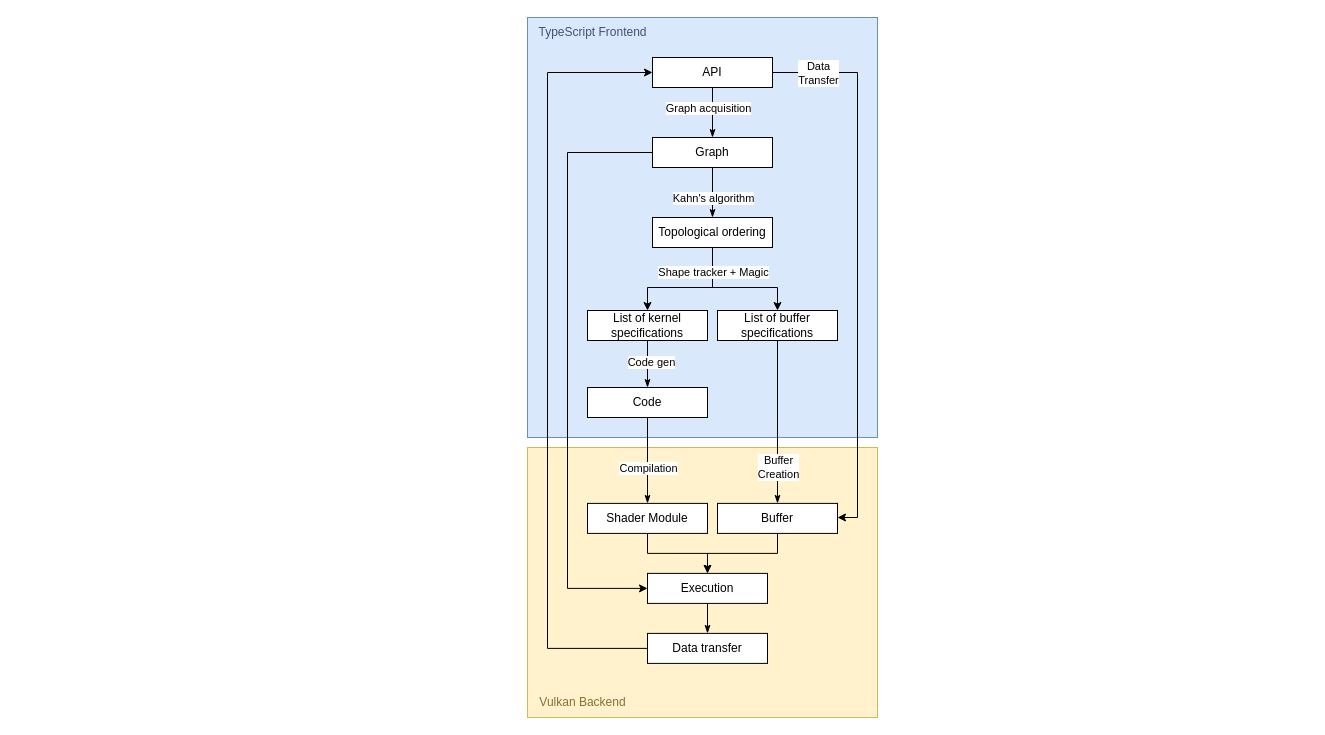
Earlier version of the draw.io diagram execution-diagram.drawio (KargJonas/vulkan-compute-experiments). Source tidied: cells renumbered, new cells numbered last; positions are measured from the earlier drawing's top-left corner, leaving out a move shared by most shapes. Both pictures are drawn from the tidied source at 100%, with x=0, y=0 at pixel (527, 17).
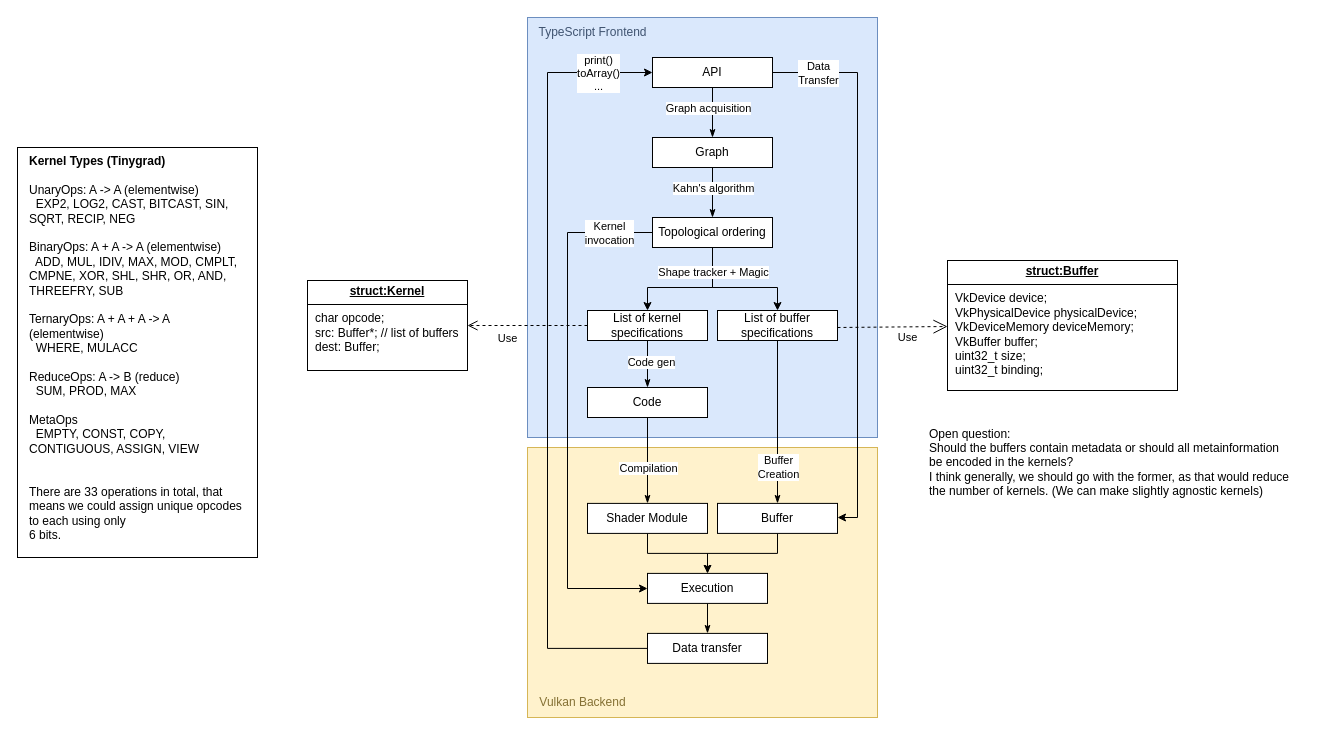
The same diagram, later.

Unchanged cells that the change refers to:
```xml
<mxCell id="9" style="edgeStyle=orthogonalEdgeStyle;rounded=0;jettySize=auto;html=1;endArrow=classicThin;endFill=1;" parent="1" edge="1" source="12" target="22">
  <mxGeometry relative="1" as="geometry" />
</mxCell>
<mxCell id="12" value="&lt;span style=&quot;font-weight: normal;&quot;&gt;Graph&lt;/span&gt;" style="rounded=0;whiteSpace=wrap;html=1;fontStyle=1;" parent="1" vertex="1">
  <mxGeometry x="125" y="120" width="120" height="30" as="geometry" />
</mxCell>
<mxCell id="15" value="&lt;span style=&quot;font-weight: normal;&quot;&gt;List of kernel&lt;/span&gt;&lt;div&gt;&lt;span style=&quot;font-weight: normal;&quot;&gt;specifications&lt;/span&gt;&lt;/div&gt;" style="rounded=0;whiteSpace=wrap;html=1;fontStyle=1;" parent="1" vertex="1">
  <mxGeometry x="60" y="293" width="120" height="30" as="geometry" />
</mxCell>
<mxCell id="22" value="&lt;span style=&quot;font-weight: normal;&quot;&gt;Topological ordering&lt;/span&gt;" style="rounded=0;whiteSpace=wrap;html=1;fontStyle=1;" parent="1" vertex="1">
  <mxGeometry x="125" y="200" width="120" height="30" as="geometry" />
</mxCell>
<mxCell id="31" value="&lt;span style=&quot;font-weight: 400;&quot;&gt;Execution&lt;/span&gt;" style="rounded=0;whiteSpace=wrap;html=1;fontStyle=1;" parent="1" vertex="1">
  <mxGeometry x="120" y="555.9" width="120" height="30" as="geometry" />
</mxCell>
<mxCell id="32" style="edgeStyle=orthogonalEdgeStyle;rounded=0;jettySize=auto;html=1;entryX=0;entryY=0.5;entryDx=0;entryDy=0;" parent="1" edge="1" source="33" target="8">
  <mxGeometry relative="1" as="geometry">
    <Array as="points">
      <mxPoint x="20" y="631" />
      <mxPoint x="20" y="55" />
    </Array>
  </mxGeometry>
</mxCell>
```

The edit, as a diff of the source:
```diff
@@
     <mxCell id="10" value="Kahn's algorithm" style="edgeLabel;html=1;align=center;verticalAlign=middle;" parent="9" vertex="1">
       <mxGeometry x="0.23" relative="1" as="geometry">
-        <mxPoint y="-1" as="offset" />
+        <mxPoint y="-11" as="offset" />
       </mxGeometry>
     </mxCell>
-    <mxCell id="11" style="edgeStyle=orthogonalEdgeStyle;rounded=0;jettySize=auto;html=1;entryX=0;entryY=0.5;entryDx=0;entryDy=0;" parent="1" edge="1" source="12" target="31">
-      <mxGeometry relative="1" as="geometry">
-        <Array as="points">
-          <mxPoint x="40" y="135" />
-          <mxPoint x="40" y="570" />
-          <mxPoint x="120" y="570" />
-        </Array>
-      </mxGeometry>
-    </mxCell>
@@
+    <mxCell id="36" style="edgeStyle=orthogonalEdgeStyle;rounded=0;jettySize=auto;html=1;" parent="1" edge="1" source="22" target="31">
+      <mxGeometry relative="1" as="geometry">
+        <Array as="points">
+          <mxPoint x="40" y="215" />
+          <mxPoint x="40" y="571" />
+        </Array>
+      </mxGeometry>
+    </mxCell>
+    <mxCell id="37" value="Kernel&lt;div&gt;invocation&lt;/div&gt;" style="edgeLabel;html=1;align=center;verticalAlign=middle;" parent="36" vertex="1">
+      <mxGeometry x="-0.83" y="5" relative="1" as="geometry">
+        <mxPoint y="-5" as="offset" />
+      </mxGeometry>
+    </mxCell>
@@
+    <mxCell id="38" value="print()&lt;div&gt;toArray()&lt;/div&gt;&lt;div&gt;...&lt;/div&gt;" style="edgeLabel;html=1;align=center;verticalAlign=middle;" parent="32" vertex="1">
+      <mxGeometry x="0.84" y="-3" relative="1" as="geometry">
+        <mxPoint x="8" y="-3" as="offset" />
+      </mxGeometry>
+    </mxCell>
@@
+    <mxCell id="39" value="&lt;p style=&quot;margin:0px;margin-top:4px;text-align:center;text-decoration:underline;&quot;&gt;&lt;b&gt;struct:Buffer&lt;/b&gt;&lt;/p&gt;&lt;hr size=&quot;1&quot; style=&quot;border-style:solid;&quot;&gt;&lt;p style=&quot;margin:0px;margin-left:8px;&quot;&gt;VkDevice device;&lt;/p&gt;&lt;p style=&quot;margin:0px;margin-left:8px;&quot;&gt;VkPhysicalDevice physicalDevice;&lt;/p&gt;&lt;p style=&quot;margin:0px;margin-left:8px;&quot;&gt;VkDeviceMemory deviceMemory;&lt;/p&gt;&lt;p style=&quot;margin:0px;margin-left:8px;&quot;&gt;VkBuffer buffer;&lt;/p&gt;&lt;p style=&quot;margin:0px;margin-left:8px;&quot;&gt;uint32_t size;&lt;/p&gt;&lt;p style=&quot;margin:0px;margin-left:8px;&quot;&gt;uint32_t binding;&lt;/p&gt;" style="verticalAlign=top;align=left;overflow=fill;html=1;whiteSpace=wrap;" parent="1" vertex="1">
+      <mxGeometry x="420" y="243" width="230" height="130" as="geometry" />
+    </mxCell>
+    <mxCell id="40" value="Use" style="endArrow=open;endSize=12;dashed=1;html=1;rounded=0;" parent="1" edge="1" target="39">
+      <mxGeometry x="0.27" y="-11" relative="1" as="geometry">
+        <mxPoint x="310" y="310" as="sourcePoint" />
+      </mxGeometry>
+    </mxCell>
+    <mxCell id="41" value="Open question:&lt;div&gt;Should the buffers contain metadata or should all metainformation&lt;/div&gt;&lt;div&gt;be encoded in the kernels?&lt;/div&gt;&lt;div&gt;I think generally, we should go with the former, as that would reduce&lt;/div&gt;&lt;div&gt;the number of kernels. (We can make slightly agnostic kernels)&lt;/div&gt;" style="text;html=1;align=left;verticalAlign=middle;strokeColor=none;fillColor=none;" parent="1" vertex="1">
+      <mxGeometry x="400" y="400" width="380" height="90" as="geometry" />
+    </mxCell>
+    <mxCell id="42" value="&lt;b&gt;Kernel Types (Tinygrad)&lt;/b&gt;&lt;div&gt;&lt;br&gt;&lt;/div&gt;&lt;div&gt;&lt;div&gt;UnaryOps: A -&amp;gt; A (elementwise)&lt;/div&gt;&lt;div&gt;&amp;nbsp; EXP2, LOG2, CAST, BITCAST, SIN, SQRT, RECIP, NEG&lt;/div&gt;&lt;div&gt;&amp;nbsp;&amp;nbsp;&lt;/div&gt;&lt;div&gt;BinaryOps: A + A -&amp;gt; A (elementwise)&lt;/div&gt;&lt;div&gt;&amp;nbsp; ADD, MUL, IDIV, MAX, MOD, CMPLT, CMPNE, XOR, SHL, SHR, OR, AND, THREEFRY, SUB&lt;/div&gt;&lt;div&gt;&amp;nbsp;&amp;nbsp;&lt;/div&gt;&lt;div&gt;TernaryOps: A + A + A -&amp;gt; A (elementwise)&lt;/div&gt;&lt;div&gt;&amp;nbsp; WHERE, MULACC&lt;/div&gt;&lt;div&gt;&amp;nbsp;&amp;nbsp;&lt;/div&gt;&lt;div&gt;ReduceOps: A -&amp;gt; B (reduce)&lt;/div&gt;&lt;div&gt;&amp;nbsp; SUM, PROD, MAX&lt;/div&gt;&lt;div&gt;&amp;nbsp;&amp;nbsp;&lt;/div&gt;&lt;div&gt;MetaOps&lt;/div&gt;&lt;div&gt;&amp;nbsp; EMPTY, CONST, COPY, CONTIGUOUS, ASSIGN, VIEW&lt;/div&gt;&lt;/div&gt;&lt;div&gt;&lt;br&gt;&lt;/div&gt;&lt;div&gt;&lt;br&gt;&lt;/div&gt;&lt;div&gt;There are 33 operations in total, that means we could assign unique opcodes to each using only&lt;/div&gt;&lt;div&gt;6 bits.&lt;/div&gt;&lt;div&gt;&lt;br&gt;&lt;/div&gt;&lt;div&gt;&lt;br&gt;&lt;/div&gt;" style="html=1;whiteSpace=wrap;align=left;spacingLeft=10;verticalAlign=top;spacingRight=10;" parent="1" vertex="1">
+      <mxGeometry x="-510" y="130" width="240" height="410" as="geometry" />
+    </mxCell>
+    <mxCell id="43" value="&lt;p style=&quot;margin:0px;margin-top:4px;text-align:center;text-decoration:underline;&quot;&gt;&lt;b&gt;struct:Kernel&lt;/b&gt;&lt;/p&gt;&lt;hr size=&quot;1&quot; style=&quot;border-style:solid;&quot;&gt;&lt;p style=&quot;margin:0px;margin-left:8px;&quot;&gt;char opcode;&lt;/p&gt;&lt;p style=&quot;margin:0px;margin-left:8px;&quot;&gt;src: Buffer*; // list of buffers&lt;/p&gt;&lt;p style=&quot;margin:0px;margin-left:8px;&quot;&gt;dest: Buffer;&lt;/p&gt;" style="verticalAlign=top;align=left;overflow=fill;html=1;whiteSpace=wrap;" parent="1" vertex="1">
+      <mxGeometry x="-220" y="263" width="160" height="90" as="geometry" />
+    </mxCell>
+    <mxCell id="44" value="Use" style="html=1;verticalAlign=bottom;endArrow=open;dashed=1;endSize=8;curved=0;rounded=0;" parent="1" edge="1" source="15" target="43">
+      <mxGeometry x="0.33" y="22" relative="1" as="geometry" />
+    </mxCell>
```
